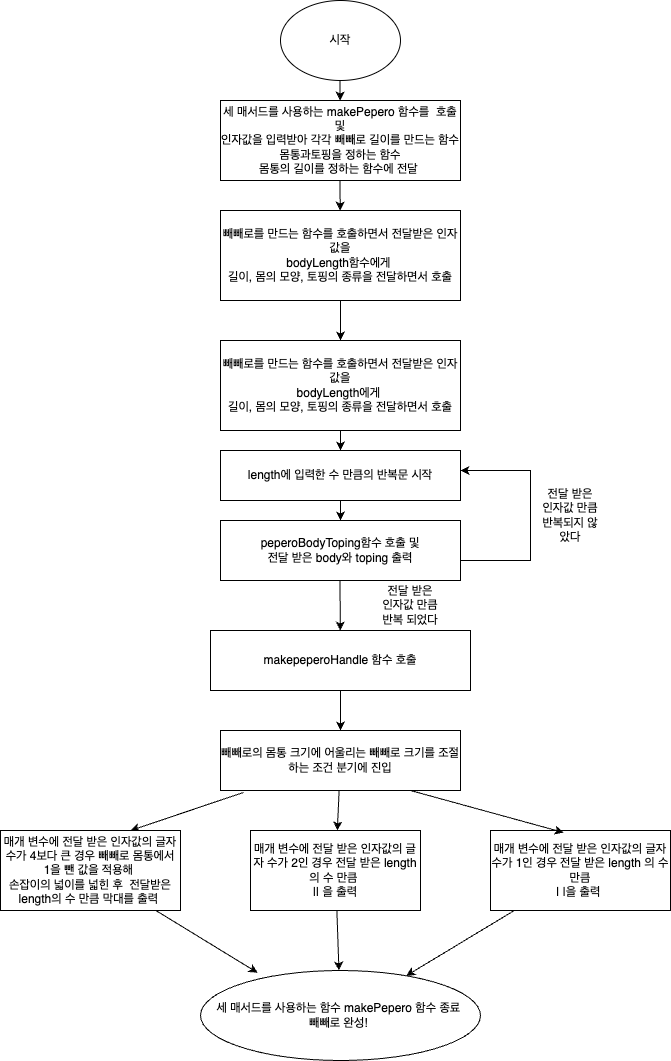
The draw.io diagram CodeStarterCamp_Week1/Week1 [STEP 3] hyeok/PePeroFlowChart.png in yagom-academy/swift-starter-Round1, before a commit. Source tidied: cells renumbered, new cells last; positions are measured from the earlier drawing's top-left corner, leaving out a move shared by most shapes. The source it was exported from:
```xml
<mxGraphModel>
  <root>
    <mxCell id="0" />
    <mxCell id="1" parent="0" />
    <mxCell id="2" value="시작" style="ellipse;whiteSpace=wrap;html=1;" parent="1" vertex="1">
      <mxGeometry x="280" width="120" height="80" as="geometry" />
    </mxCell>
    <mxCell id="3" style="endArrow=classic;html=1;rounded=0;" parent="1" edge="1" target="4">
      <mxGeometry relative="1" as="geometry">
        <mxPoint x="339.5" y="80" as="sourcePoint" />
      </mxGeometry>
    </mxCell>
    <mxCell id="4" value="세 매서드를 사용하는 makePepero 함수를&amp;nbsp; 호출및&lt;br&gt;인자값을 입력받아 각각 빼빼로 길이를 만드는 함수&lt;br&gt;몸통과토핑을 정하는 함수&lt;br&gt;몸통의 길이를 정하는 함수에 전달&amp;nbsp;" style="rounded=0;whiteSpace=wrap;html=1;" parent="1" vertex="1">
      <mxGeometry x="220" y="100" width="240" height="80" as="geometry" />
    </mxCell>
    <mxCell id="5" style="endArrow=classic;html=1;rounded=0;" parent="1" edge="1" target="6">
      <mxGeometry relative="1" as="geometry">
        <mxPoint x="339.5" y="180" as="sourcePoint" />
      </mxGeometry>
    </mxCell>
    <mxCell id="6" value="빼빼로를 만드는 함수를 호출하면서 전달받은 인자값을&lt;br&gt;bodyLength함수에게&amp;nbsp;&lt;br&gt;길이, 몸의 모양, 토핑의 종류을 전달하면서 호출" style="rounded=0;whiteSpace=wrap;html=1;" parent="1" vertex="1">
      <mxGeometry x="220" y="210" width="240" height="90" as="geometry" />
    </mxCell>
    <mxCell id="7" value="빼빼로를 만드는 함수를 호출하면서 전달받은 인자값을&lt;br&gt;bodyLength에게&amp;nbsp;&lt;br&gt;길이, 몸의 모양, 토핑의 종류을 전달하면서 호출" style="rounded=0;whiteSpace=wrap;html=1;" parent="1" vertex="1">
      <mxGeometry x="220" y="340" width="240" height="90" as="geometry" />
    </mxCell>
    <mxCell id="8" style="endArrow=classic;html=1;rounded=0;" parent="1" edge="1" source="6" target="7">
      <mxGeometry relative="1" as="geometry" />
    </mxCell>
    <mxCell id="9" style="endArrow=classic;html=1;rounded=0;" parent="1" edge="1" source="7" target="10">
      <mxGeometry relative="1" as="geometry" />
    </mxCell>
    <mxCell id="10" value="length에 입력한 수 만큼의 반복문 시작" style="rounded=0;whiteSpace=wrap;html=1;" parent="1" vertex="1">
      <mxGeometry x="220" y="450" width="240" height="50" as="geometry" />
    </mxCell>
    <mxCell id="11" style="endArrow=classic;html=1;rounded=0;" parent="1" edge="1" source="10" target="12">
      <mxGeometry relative="1" as="geometry" />
    </mxCell>
    <mxCell id="12" value="peperoBodyToping함수 호출 및&lt;br&gt;전달 받은 body와 toping 출력" style="rounded=0;whiteSpace=wrap;html=1;" parent="1" vertex="1">
      <mxGeometry x="220" y="520" width="240" height="60" as="geometry" />
    </mxCell>
    <mxCell id="13" style="endArrow=classic;html=1;rounded=0;" parent="1" edge="1">
      <mxGeometry relative="1" as="geometry">
        <mxPoint x="460" y="560" as="sourcePoint" />
        <mxPoint x="460" y="470" as="targetPoint" />
        <Array as="points">
          <mxPoint x="530" y="560" />
          <mxPoint x="530" y="470" />
        </Array>
      </mxGeometry>
    </mxCell>
    <mxCell id="14" value="전달 받은 인자값 만큼 반복되지 않았다" style="text;html=1;strokeColor=none;fillColor=none;align=center;verticalAlign=middle;whiteSpace=wrap;rounded=0;" parent="1" vertex="1">
      <mxGeometry x="540" y="500" width="60" height="30" as="geometry" />
    </mxCell>
    <mxCell id="15" style="endArrow=classic;html=1;rounded=0;" parent="1" edge="1">
      <mxGeometry relative="1" as="geometry">
        <mxPoint x="339.5" y="580" as="sourcePoint" />
        <mxPoint x="339.8" y="630" as="targetPoint" />
      </mxGeometry>
    </mxCell>
    <mxCell id="16" value="makepeperoHandle 함수 호출&lt;br&gt;" style="rounded=0;whiteSpace=wrap;html=1;" parent="1" vertex="1">
      <mxGeometry x="210" y="630" width="260" height="60" as="geometry" />
    </mxCell>
    <mxCell id="17" value="전달 받은 인자값 만큼 반복 되었다" style="text;html=1;strokeColor=none;fillColor=none;align=center;verticalAlign=middle;whiteSpace=wrap;rounded=0;" parent="1" vertex="1">
      <mxGeometry x="380" y="590" width="60" height="30" as="geometry" />
    </mxCell>
    <mxCell id="18" value="빼빼로의 몸통 크기에 어울리는 빼빼로 크기를 조절하는 조건 분기에 진입" style="rounded=0;whiteSpace=wrap;html=1;" parent="1" vertex="1">
      <mxGeometry x="220" y="730" width="240" height="60" as="geometry" />
    </mxCell>
    <mxCell id="19" style="endArrow=classic;html=1;rounded=0;exitX=0.096;exitY=1.033;exitDx=0;exitDy=0;exitPerimeter=0;" parent="1" edge="1" source="18">
      <mxGeometry relative="1" as="geometry">
        <mxPoint x="130" y="830" as="targetPoint" />
      </mxGeometry>
    </mxCell>
    <mxCell id="20" value="매개 변수에 전달 받은 인자값의 글자 수가 4보다 큰 경우 빼빼로 몸통에서 1을 뺀 값을 적용해&amp;nbsp;&lt;br&gt;손잡이의 넓이를 넓힌 후&amp;nbsp; 전달받은 length의 수 만큼 막대를 출력&amp;nbsp;" style="rounded=0;whiteSpace=wrap;html=1;" parent="1" vertex="1">
      <mxGeometry y="830" width="180" height="80" as="geometry" />
    </mxCell>
    <mxCell id="21" style="endArrow=classic;html=1;rounded=0;entryX=0.204;entryY=0.025;entryDx=0;entryDy=0;entryPerimeter=0;" parent="1" edge="1" source="20" target="29">
      <mxGeometry relative="1" as="geometry" />
    </mxCell>
    <mxCell id="22" style="endArrow=classic;html=1;rounded=0;" parent="1" edge="1" source="16" target="18">
      <mxGeometry relative="1" as="geometry" />
    </mxCell>
    <mxCell id="23" value="매개 변수에 전달 받은 인자값의 글자 수가 2인 경우 전달 받은 length의 수 만큼&amp;nbsp;&lt;br&gt;&amp;nbsp;|| 을 출력&amp;nbsp;" style="rounded=0;whiteSpace=wrap;html=1;" parent="1" vertex="1">
      <mxGeometry x="250" y="830" width="170" height="80" as="geometry" />
    </mxCell>
    <mxCell id="24" style="endArrow=classic;html=1;rounded=0;" parent="1" edge="1" source="18" target="23">
      <mxGeometry relative="1" as="geometry" />
    </mxCell>
    <mxCell id="25" style="endArrow=classic;html=1;rounded=0;" parent="1" edge="1" source="23" target="29">
      <mxGeometry relative="1" as="geometry" />
    </mxCell>
    <mxCell id="26" value="매개 변수에 전달 받은 인자값의 글자 수가 1인 경우 전달 받은 length 의 수 만큼 &lt;br&gt;| |을 출력&amp;nbsp;" style="rounded=0;whiteSpace=wrap;html=1;" parent="1" vertex="1">
      <mxGeometry x="490" y="830" width="180" height="80" as="geometry" />
    </mxCell>
    <mxCell id="27" style="endArrow=classic;html=1;rounded=0;entryX=0.406;entryY=0.025;entryDx=0;entryDy=0;entryPerimeter=0;" parent="1" edge="1" target="26">
      <mxGeometry relative="1" as="geometry">
        <mxPoint x="410" y="790" as="sourcePoint" />
      </mxGeometry>
    </mxCell>
    <mxCell id="28" style="endArrow=classic;html=1;rounded=0;" parent="1" edge="1" source="26" target="29">
      <mxGeometry relative="1" as="geometry" />
    </mxCell>
    <mxCell id="29" value="세 매서드를 사용하는 함수 makePepero 함수 종료&amp;nbsp;&lt;br&gt;빼빼로 완성!&amp;nbsp;" style="ellipse;whiteSpace=wrap;html=1;" parent="1" vertex="1">
      <mxGeometry x="200" y="970" width="280" height="90" as="geometry" />
    </mxCell>
  </root>
</mxGraphModel>
```
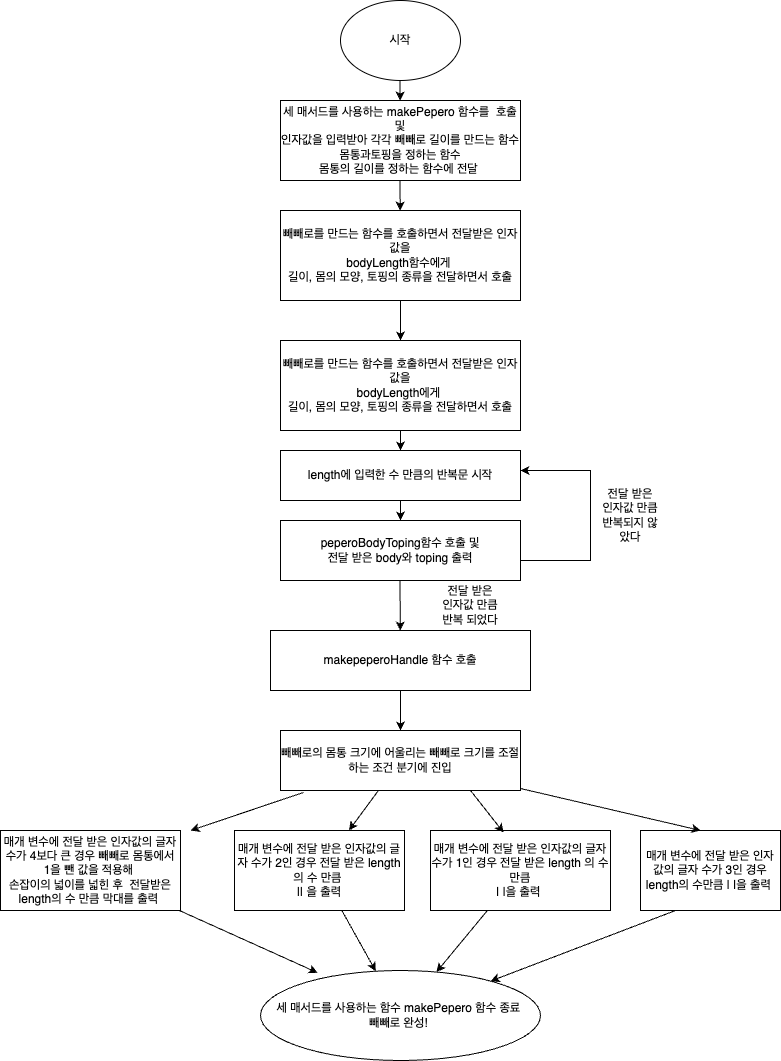
The same diagram one commit later.

Commit message:
fix Week1  [STEP 3] hyeok

What changed in the source:
```diff
@@ -73,7 +73,7 @@
       </mxGeometry>
     </mxCell>
     <mxCell id="20" value="매개 변수에 전달 받은 인자값의 글자 수가 4보다 큰 경우 빼빼로 몸통에서 1을 뺀 값을 적용해&amp;nbsp;&lt;br&gt;손잡이의 넓이를 넓힌 후&amp;nbsp; 전달받은 length의 수 만큼 막대를 출력&amp;nbsp;" style="rounded=0;whiteSpace=wrap;html=1;" parent="1" vertex="1">
-      <mxGeometry y="830" width="180" height="80" as="geometry" />
+      <mxGeometry x="-60" y="830" width="180" height="80" as="geometry" />
     </mxCell>
     <mxCell id="21" style="endArrow=classic;html=1;rounded=0;entryX=0.204;entryY=0.025;entryDx=0;entryDy=0;entryPerimeter=0;" parent="1" edge="1" source="20" target="29">
       <mxGeometry relative="1" as="geometry" />
@@ -82,7 +82,7 @@
       <mxGeometry relative="1" as="geometry" />
     </mxCell>
     <mxCell id="23" value="매개 변수에 전달 받은 인자값의 글자 수가 2인 경우 전달 받은 length의 수 만큼&amp;nbsp;&lt;br&gt;&amp;nbsp;|| 을 출력&amp;nbsp;" style="rounded=0;whiteSpace=wrap;html=1;" parent="1" vertex="1">
-      <mxGeometry x="250" y="830" width="170" height="80" as="geometry" />
+      <mxGeometry x="174" y="830" width="170" height="80" as="geometry" />
     </mxCell>
     <mxCell id="24" style="endArrow=classic;html=1;rounded=0;" parent="1" edge="1" source="18" target="23">
       <mxGeometry relative="1" as="geometry" />
@@ -91,7 +91,7 @@
       <mxGeometry relative="1" as="geometry" />
     </mxCell>
     <mxCell id="26" value="매개 변수에 전달 받은 인자값의 글자 수가 1인 경우 전달 받은 length 의 수 만큼 &lt;br&gt;| |을 출력&amp;nbsp;" style="rounded=0;whiteSpace=wrap;html=1;" parent="1" vertex="1">
-      <mxGeometry x="490" y="830" width="180" height="80" as="geometry" />
+      <mxGeometry x="370" y="830" width="180" height="80" as="geometry" />
     </mxCell>
     <mxCell id="27" style="endArrow=classic;html=1;rounded=0;entryX=0.406;entryY=0.025;entryDx=0;entryDy=0;entryPerimeter=0;" parent="1" edge="1" target="26">
       <mxGeometry relative="1" as="geometry">
@@ -104,5 +104,14 @@
     <mxCell id="29" value="세 매서드를 사용하는 함수 makePepero 함수 종료&amp;nbsp;&lt;br&gt;빼빼로 완성!&amp;nbsp;" style="ellipse;whiteSpace=wrap;html=1;" parent="1" vertex="1">
       <mxGeometry x="200" y="970" width="280" height="90" as="geometry" />
     </mxCell>
+    <mxCell id="30" value="매개 변수에 전달 받은 인자 값의 글자 수가 3인 경우 length의 수만큼 | |을 출력&amp;nbsp;" style="rounded=0;whiteSpace=wrap;html=1;" parent="1" vertex="1">
+      <mxGeometry x="580" y="830" width="140" height="80" as="geometry" />
+    </mxCell>
+    <mxCell id="31" style="endArrow=classic;html=1;rounded=0;entryX=0.429;entryY=0;entryDx=0;entryDy=0;entryPerimeter=0;" parent="1" edge="1" source="18" target="30">
+      <mxGeometry relative="1" as="geometry" />
+    </mxCell>
+    <mxCell id="32" style="endArrow=classic;html=1;rounded=0;exitX=0.25;exitY=1;exitDx=0;exitDy=0;" parent="1" edge="1" source="30" target="29">
+      <mxGeometry relative="1" as="geometry" />
+    </mxCell>
   </root>
 </mxGraphModel>
```
